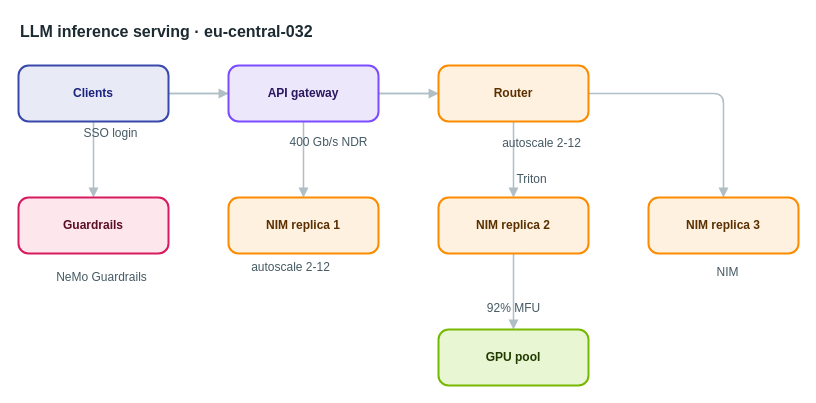
Above: apps/web/public/samples/library/032-llm-inference-serving.drawio in AryanG01/open-apprentice (draw.io), before the change. Source tidied: cells renumbered, new cells numbered last; positions are measured from the earlier drawing's top-left corner, leaving out a move shared by most shapes. Both pictures are drawn from the tidied source at 100%, with x=0, y=0 at pixel (18, 17).
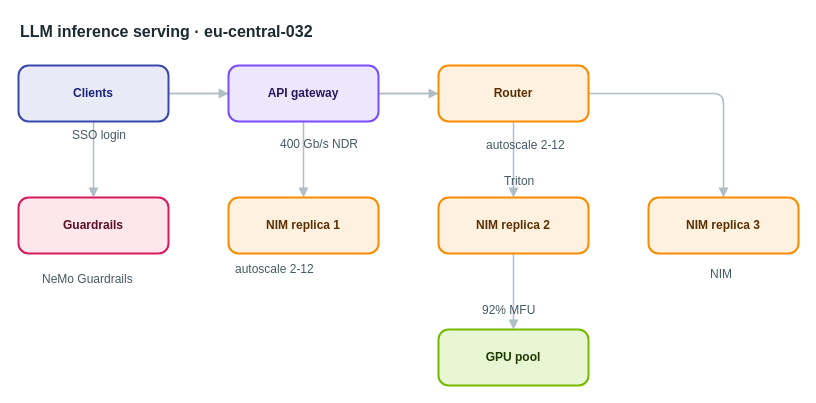
The same page after the edit.

The edit, as a diff of the source:
```diff
@@
-    <mxCell id="18" value="SSO login" style="text;html=1;align=center;verticalAlign=middle;whiteSpace=nowrap;strokeColor=none;fillColor=none;fontSize=12;fontColor=#455a64;" parent="1" vertex="1">
+    <mxCell id="18" value="SSO login" style="text;html=1;align=left;verticalAlign=top;whiteSpace=nowrap;spacing=0;spacingTop=0;strokeColor=none;fillColor=none;fontSize=12;fontColor=#455a64;" parent="1" vertex="1">
       <mxGeometry x="54" y="106" width="75" height="20" as="geometry" />
     </mxCell>
-    <mxCell id="19" value="400 Gb/s NDR" style="text;html=1;align=center;verticalAlign=middle;whiteSpace=nowrap;strokeColor=none;fillColor=none;fontSize=12;fontColor=#455a64;" parent="1" vertex="1">
+    <mxCell id="19" value="400 Gb/s NDR" style="text;html=1;align=left;verticalAlign=top;whiteSpace=nowrap;spacing=0;spacingTop=0;strokeColor=none;fillColor=none;fontSize=12;fontColor=#455a64;" parent="1" vertex="1">
       <mxGeometry x="262" y="115" width="96" height="20" as="geometry" />
     </mxCell>
-    <mxCell id="20" value="autoscale 2-12" style="text;html=1;align=center;verticalAlign=middle;whiteSpace=nowrap;strokeColor=none;fillColor=none;fontSize=12;fontColor=#455a64;" parent="1" vertex="1">
+    <mxCell id="20" value="autoscale 2-12" style="text;html=1;align=left;verticalAlign=top;whiteSpace=nowrap;spacing=0;spacingTop=0;strokeColor=none;fillColor=none;fontSize=12;fontColor=#455a64;" parent="1" vertex="1">
       <mxGeometry x="468" y="116" width="110" height="20" as="geometry" />
     </mxCell>
-    <mxCell id="21" value="autoscale 2-12" style="text;html=1;align=center;verticalAlign=middle;whiteSpace=nowrap;strokeColor=none;fillColor=none;fontSize=12;fontColor=#455a64;" parent="1" vertex="1">
+    <mxCell id="21" value="autoscale 2-12" style="text;html=1;align=left;verticalAlign=top;whiteSpace=nowrap;spacing=0;spacingTop=0;strokeColor=none;fillColor=none;fontSize=12;fontColor=#455a64;" parent="1" vertex="1">
       <mxGeometry x="217" y="240" width="110" height="20" as="geometry" />
     </mxCell>
-    <mxCell id="22" value="Triton" style="text;html=1;align=center;verticalAlign=middle;whiteSpace=nowrap;strokeColor=none;fillColor=none;fontSize=12;fontColor=#455a64;" parent="1" vertex="1">
+    <mxCell id="22" value="Triton" style="text;html=1;align=left;verticalAlign=top;whiteSpace=nowrap;spacing=0;spacingTop=0;strokeColor=none;fillColor=none;fontSize=12;fontColor=#455a64;" parent="1" vertex="1">
       <mxGeometry x="486" y="152" width="54" height="20" as="geometry" />
     </mxCell>
-    <mxCell id="23" value="NIM" style="text;html=1;align=center;verticalAlign=middle;whiteSpace=nowrap;strokeColor=none;fillColor=none;fontSize=12;fontColor=#455a64;" parent="1" vertex="1">
+    <mxCell id="23" value="NIM" style="text;html=1;align=left;verticalAlign=top;whiteSpace=nowrap;spacing=0;spacingTop=0;strokeColor=none;fillColor=none;fontSize=12;fontColor=#455a64;" parent="1" vertex="1">
       <mxGeometry x="692" y="245" width="33" height="20" as="geometry" />
     </mxCell>
-    <mxCell id="24" value="92% MFU" style="text;html=1;align=center;verticalAlign=middle;whiteSpace=nowrap;strokeColor=none;fillColor=none;fontSize=12;fontColor=#455a64;" parent="1" vertex="1">
+    <mxCell id="24" value="92% MFU" style="text;html=1;align=left;verticalAlign=top;whiteSpace=nowrap;spacing=0;spacingTop=0;strokeColor=none;fillColor=none;fontSize=12;fontColor=#455a64;" parent="1" vertex="1">
       <mxGeometry x="464" y="281" width="61" height="20" as="geometry" />
     </mxCell>
-    <mxCell id="25" value="NeMo Guardrails" style="text;html=1;align=center;verticalAlign=middle;whiteSpace=nowrap;strokeColor=none;fillColor=none;fontSize=12;fontColor=#455a64;" parent="1" vertex="1">
+    <mxCell id="25" value="NeMo Guardrails" style="text;html=1;align=left;verticalAlign=top;whiteSpace=nowrap;spacing=0;spacingTop=0;strokeColor=none;fillColor=none;fontSize=12;fontColor=#455a64;" parent="1" vertex="1">
       <mxGeometry x="24" y="250" width="117" height="20" as="geometry" />
     </mxCell>
```
